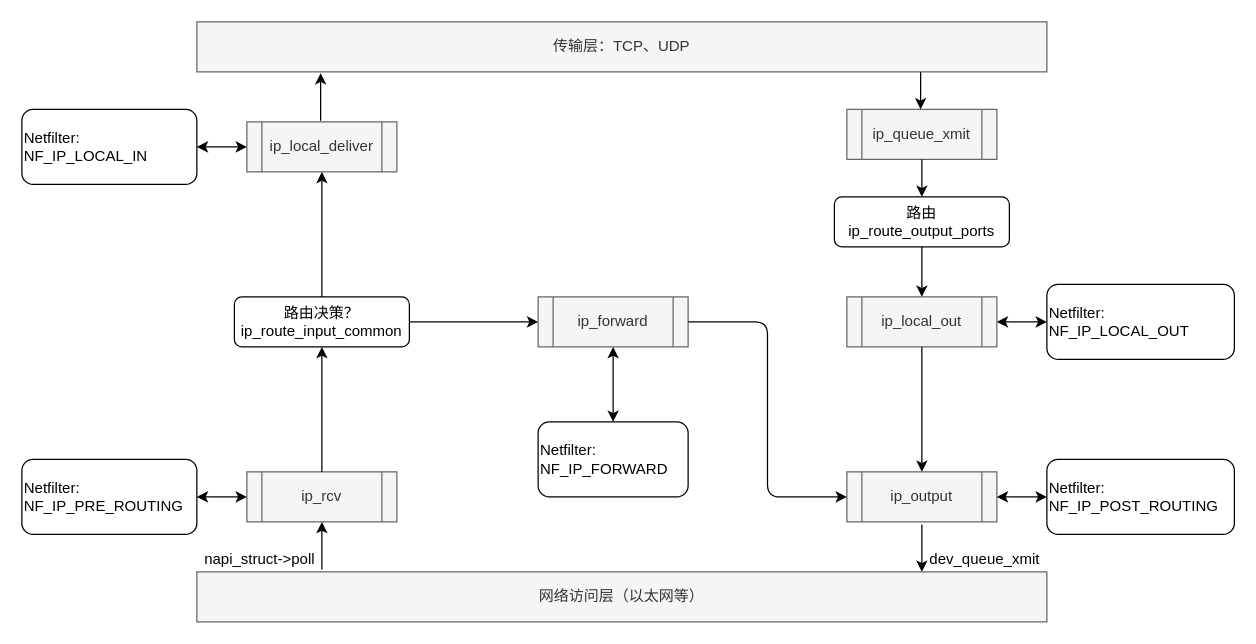
This is networking/net子系统实现/分组接收&发送流程.drawio from ruleless/ORG, a draw.io file, before an edit. Source tidied: cells renumbered, new cells numbered last; positions are measured from the earlier drawing's top-left corner, leaving out a move shared by most shapes. Both pictures are drawn from the tidied source at 125%, with x=0, y=0 at pixel (21, 21).
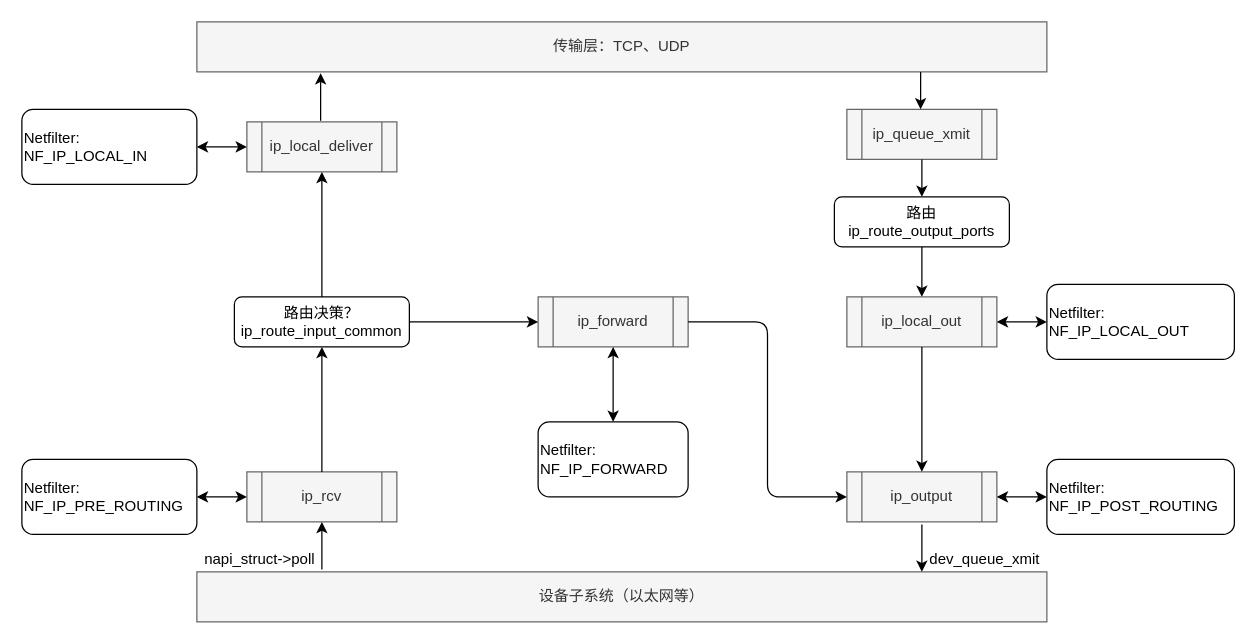
The same page after the edit.

Commit message (it also covers changes not shown here):
分组发送流程

The edit, as a diff of the source:
```diff
@@
-    <mxCell id="2" value="网络访问层（以太网等）" style="rounded=0;whiteSpace=wrap;html=1;fillColor=#f5f5f5;strokeColor=#666666;fontColor=#333333;" parent="1" vertex="1">
+    <mxCell id="2" value="设备子系统（以太网等）" style="rounded=0;whiteSpace=wrap;html=1;fillColor=#f5f5f5;strokeColor=#666666;fontColor=#333333;" parent="1" vertex="1">
       <mxGeometry x="140" y="440" width="680" height="40" as="geometry" />
     </mxCell>
```
